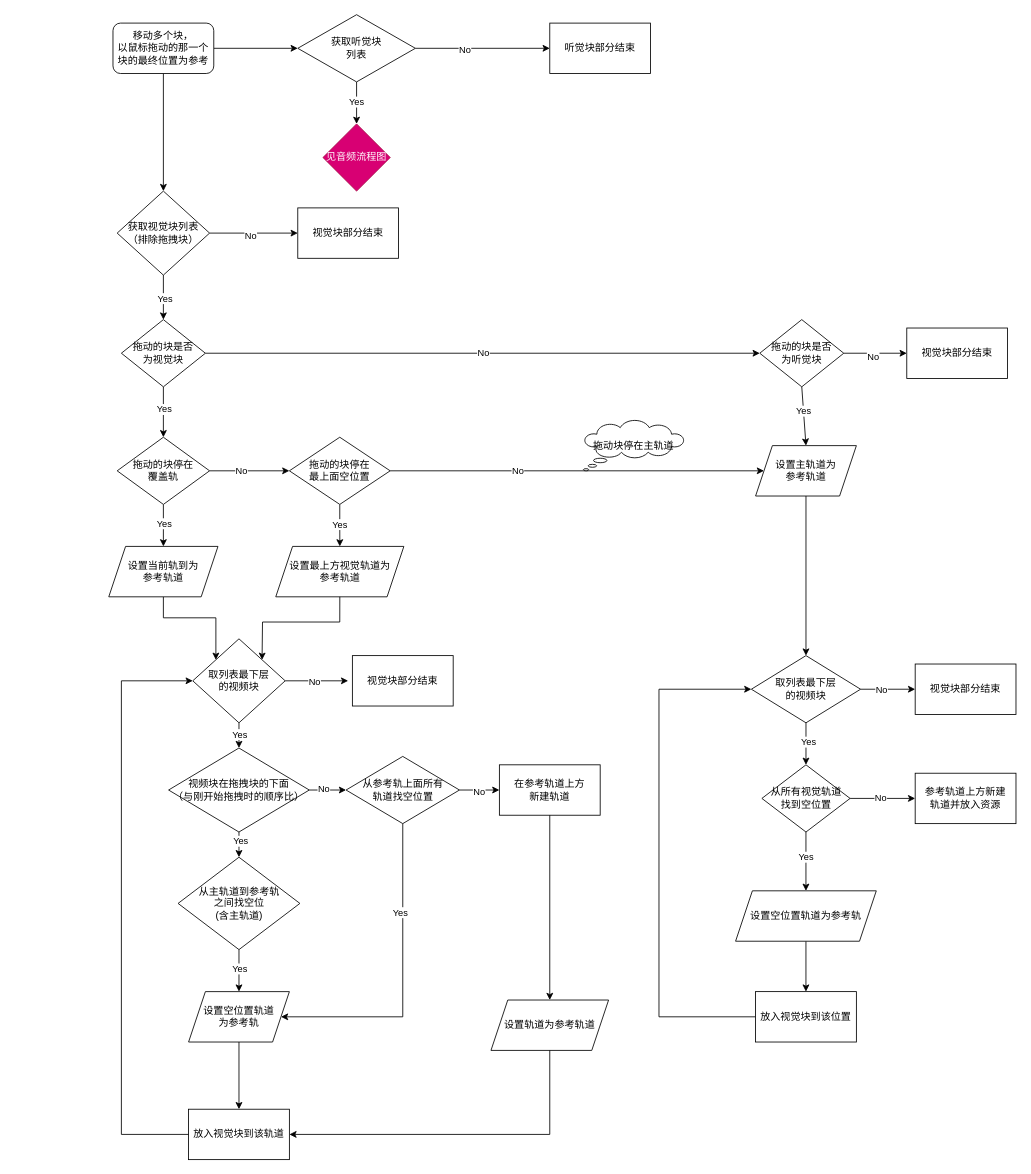
Above: page "多块移动-视觉块" (4 of 4) of drag flow.drawio in macfanr/drawio (draw.io), before the change. Source tidied: cells renumbered, new cells numbered last; positions are measured from the earlier drawing's top-left corner, leaving out a move shared by most shapes. Both pictures are drawn from the tidied source at 84%, with x=0, y=0 at pixel (108, 14).
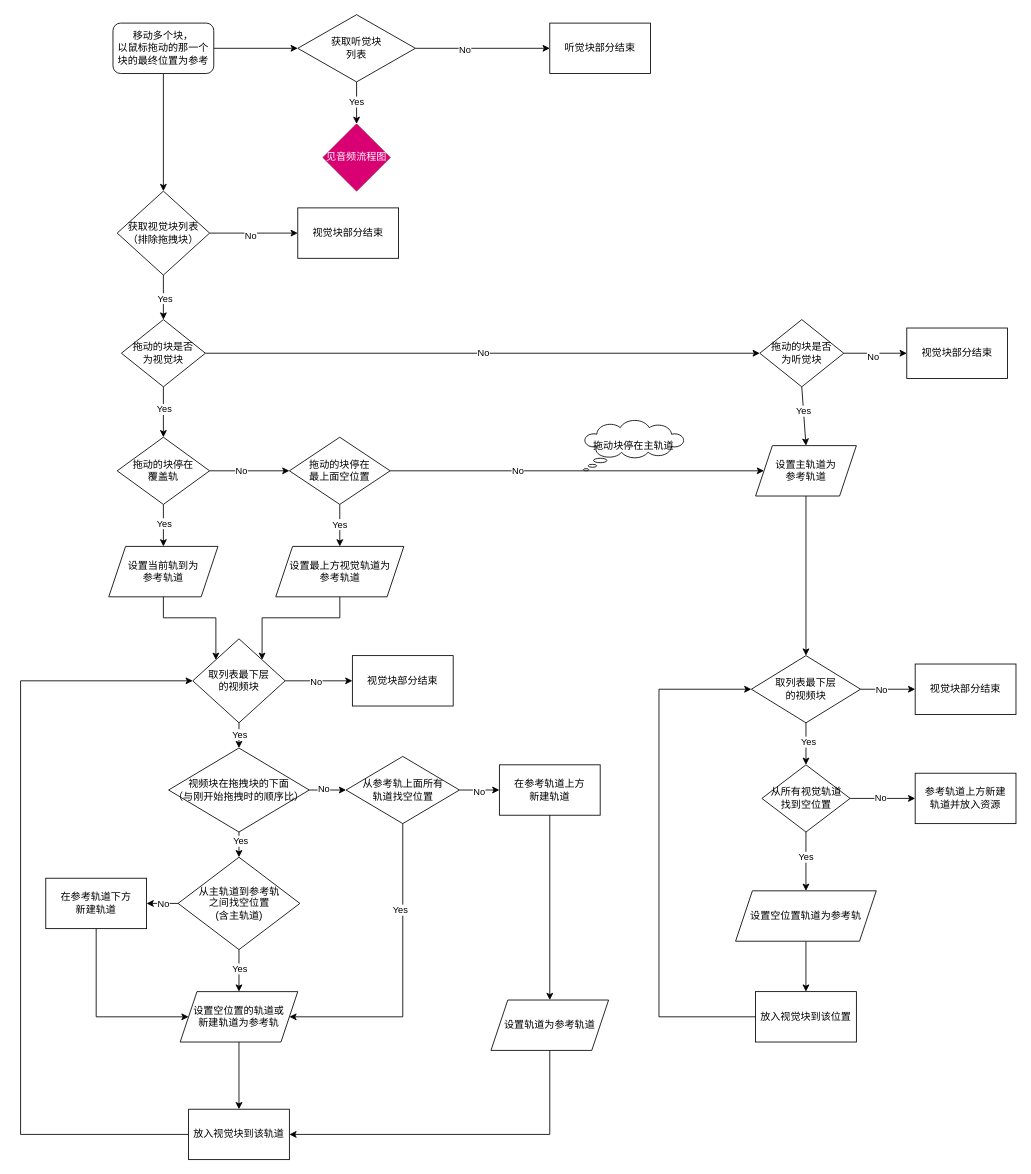
The same page after the edit.

The change refers to these unchanged cells:
```xml
<mxCell id="51" value="取列表最下层&lt;br&gt;的视频块" style="rhombus;whiteSpace=wrap;html=1;rounded=0;" parent="1" vertex="1">
  <mxGeometry x="100" y="743" width="110" height="100" as="geometry" />
</mxCell>
<mxCell id="57" value="&lt;span&gt;放入视觉块到该轨道&lt;/span&gt;" style="whiteSpace=wrap;html=1;rounded=0;" parent="1" vertex="1">
  <mxGeometry x="95" y="1303" width="120" height="60" as="geometry" />
</mxCell>
<mxCell id="59" value="视觉块部分结束" style="whiteSpace=wrap;html=1;rounded=0;" parent="1" vertex="1">
  <mxGeometry x="290" y="763" width="120" height="60" as="geometry" />
</mxCell>
<mxCell id="89" value="&lt;span&gt;设置最上方视觉轨道为&lt;br&gt;参考轨道&lt;/span&gt;" style="shape=parallelogram;perimeter=parallelogramPerimeter;whiteSpace=wrap;html=1;fixedSize=1;rounded=0;" parent="1" vertex="1">
  <mxGeometry x="198.8" y="633" width="152.5" height="60" as="geometry" />
</mxCell>
```

What changed in the source:
```diff
@@
-    <mxCell id="47" style="edgeStyle=orthogonalEdgeStyle;rounded=0;jettySize=auto;html=1;endArrow=classic;endFill=1;" parent="1" edge="1" source="51">
-      <mxGeometry relative="1" as="geometry">
-        <mxPoint x="285" y="793" as="targetPoint" />
-      </mxGeometry>
+    <mxCell id="47" style="edgeStyle=orthogonalEdgeStyle;rounded=0;jettySize=auto;html=1;endArrow=classic;endFill=1;entryX=0;entryY=0.5;entryDx=0;entryDy=0;" parent="1" edge="1" source="51" target="59">
+      <mxGeometry relative="1" as="geometry" />
     </mxCell>
@@
+    <mxCell id="91" style="edgeStyle=orthogonalEdgeStyle;rounded=0;jettySize=auto;html=1;" parent="1" edge="1" source="54" target="93">
+      <mxGeometry relative="1" as="geometry" />
+    </mxCell>
+    <mxCell id="92" value="No" style="edgeLabel;html=1;align=center;verticalAlign=middle;" parent="91" vertex="1">
+      <mxGeometry x="-0.16" relative="1" as="geometry" />
+    </mxCell>
-    <mxCell id="54" value="从主轨道到参考轨&lt;br&gt;之间找空位&lt;br&gt;(含主轨道)" style="rhombus;whiteSpace=wrap;html=1;rounded=0;" parent="1" vertex="1">
+    <mxCell id="54" value="从主轨道到参考轨&lt;br&gt;之间找空位置&lt;br&gt;(含主轨道)" style="rhombus;whiteSpace=wrap;html=1;rounded=0;" parent="1" vertex="1">
       <mxGeometry x="82.5" y="1003" width="145" height="110" as="geometry" />
     </mxCell>
@@
-    <mxCell id="56" value="设置空位置轨道&lt;br&gt;为参考轨" style="shape=parallelogram;perimeter=parallelogramPerimeter;whiteSpace=wrap;html=1;fixedSize=1;rounded=0;" parent="1" vertex="1">
-      <mxGeometry x="95" y="1163" width="120" height="60" as="geometry" />
+    <mxCell id="56" value="设置空位置的轨道或&lt;br&gt;新建轨道为参考轨" style="shape=parallelogram;perimeter=parallelogramPerimeter;whiteSpace=wrap;html=1;fixedSize=1;rounded=0;" parent="1" vertex="1">
+      <mxGeometry x="85" y="1163" width="140" height="60" as="geometry" />
     </mxCell>
@@
     <mxCell id="58" style="endArrow=classic;html=1;rounded=0;exitX=0;exitY=0.5;exitDx=0;exitDy=0;entryX=0;entryY=0.5;entryDx=0;entryDy=0;" parent="1" edge="1" source="57" target="51">
       <mxGeometry relative="1" as="geometry">
         <Array as="points">
-          <mxPoint x="15" y="1333" />
-          <mxPoint x="15" y="793" />
+          <mxPoint x="-105" y="1333" />
+          <mxPoint x="-105" y="793" />
         </Array>
       </mxGeometry>
     </mxCell>
@@
-    <mxCell id="90" style="endArrow=classic;html=1;rounded=0;exitX=0.5;exitY=1;exitDx=0;exitDy=0;entryX=1;entryY=0;entryDx=0;entryDy=0;" parent="1" edge="1" source="89" target="51">
-      <mxGeometry relative="1" as="geometry">
-        <Array as="points">
-          <mxPoint x="275" y="723" />
-          <mxPoint x="183" y="723" />
-        </Array>
-      </mxGeometry>
+    <mxCell id="90" style="edgeStyle=orthogonalEdgeStyle;rounded=0;jettySize=auto;html=1;endArrow=classic;endFill=1;entryX=1;entryY=0;entryDx=0;entryDy=0;exitX=0.5;exitY=1;exitDx=0;exitDy=0;" parent="1" edge="1" source="89" target="51">
+      <mxGeometry relative="1" as="geometry" />
     </mxCell>
+    <mxCell id="93" value="&lt;span&gt;在参考轨道下方&lt;/span&gt;&lt;br&gt;&lt;span&gt;新建轨道&lt;/span&gt;" style="whiteSpace=wrap;html=1;rounded=0;" parent="1" vertex="1">
+      <mxGeometry x="-75" y="1028" width="120" height="60" as="geometry" />
+    </mxCell>
+    <mxCell id="94" style="endArrow=classic;html=1;rounded=0;entryX=0;entryY=0.5;entryDx=0;entryDy=0;exitX=0.5;exitY=1;exitDx=0;exitDy=0;" parent="1" edge="1" source="93" target="56">
+      <mxGeometry relative="1" as="geometry">
+        <Array as="points">
+          <mxPoint x="-15" y="1193" />
+        </Array>
+      </mxGeometry>
+    </mxCell>
```
